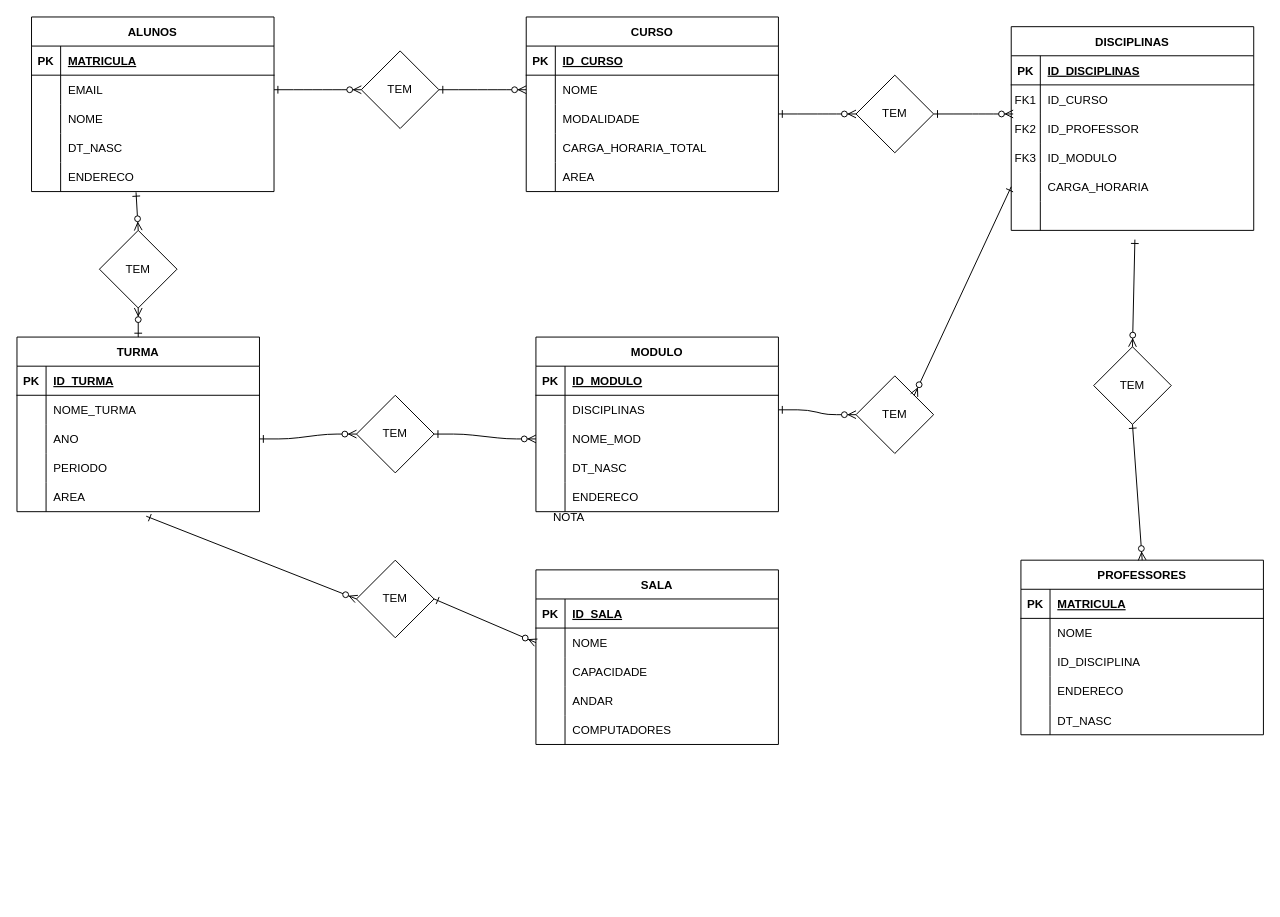
The draw.io diagram Diagrama sem nome.drawio in adrianopspadilha/BDR-W, before the edit. Source tidied: cells renumbered, new cells numbered last; positions are measured from the earlier drawing's top-left corner, leaving out a move shared by most shapes. Both pictures are drawn from the tidied source at 97%, with x=0, y=0 at pixel (16, 16).
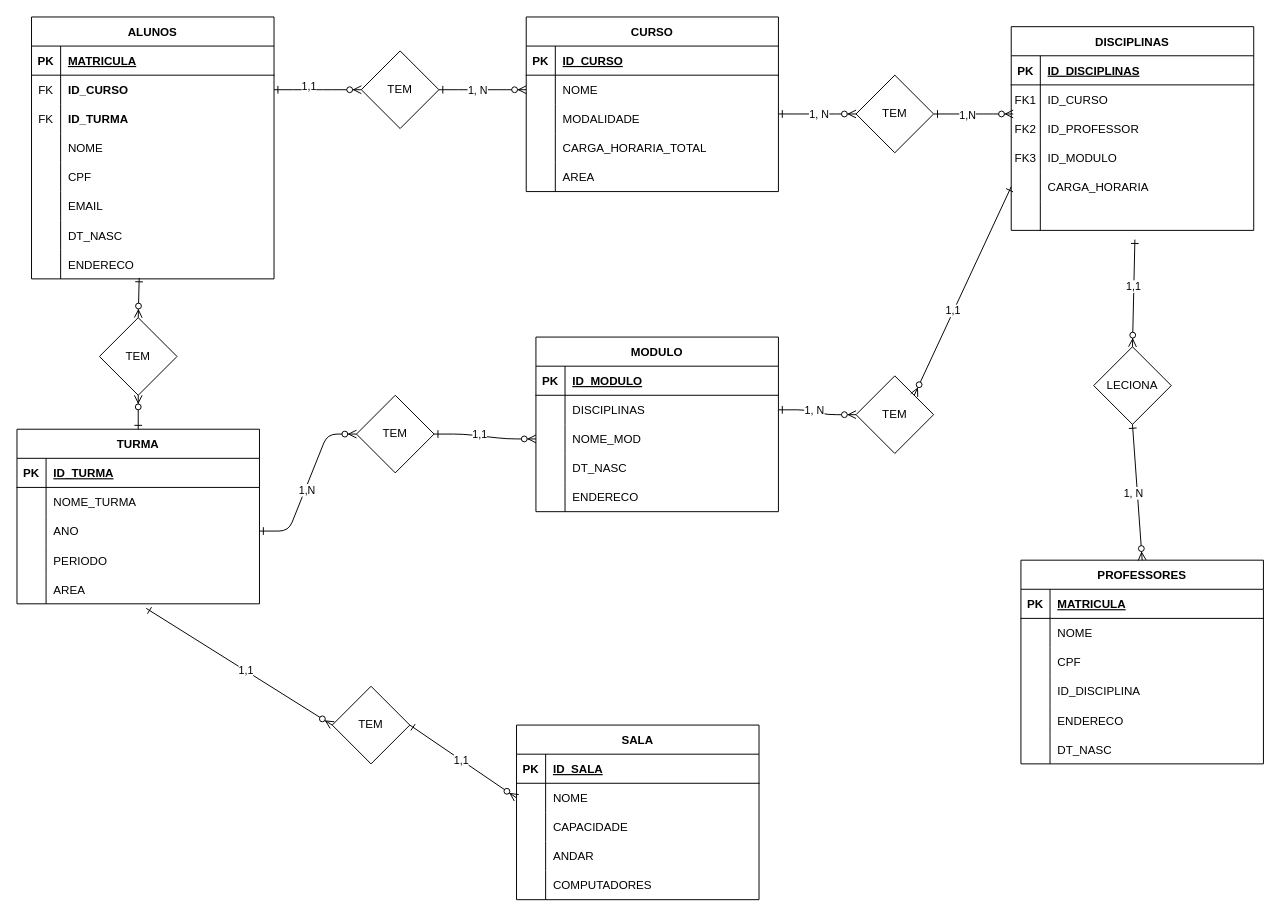
After the change.

The change refers to these unchanged cells:
```xml
<mxCell id="2" style="edgeStyle=entityRelationEdgeStyle;endArrow=ERzeroToMany;startArrow=ERone;endFill=1;startFill=0;exitX=1;exitY=0.5;exitDx=0;exitDy=0;entryX=0;entryY=0.5;entryDx=0;entryDy=0;" parent="1" edge="1" source="130" target="8">
  <mxGeometry relative="1" as="geometry">
    <Array as="points">
      <mxPoint x="375" y="80" />
    </Array>
  </mxGeometry>
</mxCell>
<mxCell id="3" style="edgeStyle=entityRelationEdgeStyle;endArrow=ERzeroToMany;startArrow=ERone;endFill=1;startFill=0;entryX=0;entryY=0.5;entryDx=0;entryDy=0;" parent="1" edge="1" source="123" target="62">
  <mxGeometry relative="1" as="geometry" />
</mxCell>
<mxCell id="43" style="shape=partialRectangle;fillColor=none;points=[[0,0.5],[1,0.5]];portConstraint=eastwest;top=0;left=0;right=0;bottom=0;" parent="39" vertex="1">
  <mxGeometry y="60" width="250" height="30" as="geometry" />
</mxCell>
<mxCell id="46" style="shape=partialRectangle;fillColor=none;top=0;left=0;right=0;bottom=0;" parent="39" vertex="1">
  <mxGeometry y="90" width="250" height="30" as="geometry" />
</mxCell>
<mxCell id="49" style="shape=partialRectangle;fillColor=none;top=0;left=0;right=0;bottom=0;" parent="39" vertex="1">
  <mxGeometry y="120" width="250" height="30" as="geometry" />
</mxCell>
<mxCell id="52" style="shape=partialRectangle;fillColor=none;points=[[0,0.5],[1,0.5]];portConstraint=eastwest;top=0;left=0;right=0;bottom=0;" parent="39" vertex="1">
  <mxGeometry y="150" width="250" height="30" as="geometry" />
</mxCell>
<mxCell id="88" style="edgeStyle=entityRelationEdgeStyle;endArrow=ERzeroToMany;startArrow=ERone;endFill=1;startFill=0;entryX=0.008;entryY=0;entryDx=0;entryDy=0;entryPerimeter=0;" parent="1" edge="1" source="121" target="27">
  <mxGeometry relative="1" as="geometry">
    <Array as="points">
      <mxPoint x="775" y="230" />
      <mxPoint x="935" y="140" />
      <mxPoint x="785" y="300" />
      <mxPoint x="825" y="350" />
      <mxPoint x="795" y="300" />
      <mxPoint x="875" y="140" />
      <mxPoint x="815" y="350" />
      <mxPoint x="755" y="410" />
    </Array>
  </mxGeometry>
</mxCell>
<mxCell id="112" style="shape=partialRectangle;fillColor=none;top=0;left=0;right=0;bottom=0;" parent="105" vertex="1">
  <mxGeometry y="90" width="250" height="30" as="geometry" />
</mxCell>
<mxCell id="115" style="shape=partialRectangle;fillColor=none;top=0;left=0;right=0;bottom=0;" parent="105" vertex="1">
  <mxGeometry y="120" width="250" height="30" as="geometry" />
</mxCell>
<mxCell id="118" style="shape=partialRectangle;fillColor=none;top=0;left=0;right=0;bottom=0;" parent="105" vertex="1">
  <mxGeometry y="150" width="250" height="30" as="geometry" />
</mxCell>
<mxCell id="122" style="edgeStyle=entityRelationEdgeStyle;endArrow=ERzeroToMany;startArrow=ERone;endFill=1;startFill=0;entryX=0;entryY=0.5;entryDx=0;entryDy=0;exitX=1;exitY=0.5;exitDx=0;exitDy=0;" parent="1" edge="1" source="79" target="123">
  <mxGeometry relative="1" as="geometry" />
</mxCell>
<mxCell id="124" style="edgeStyle=entityRelationEdgeStyle;endArrow=ERzeroToMany;startArrow=ERone;endFill=1;startFill=0;exitX=1;exitY=0.5;exitDx=0;exitDy=0;entryX=0;entryY=0.5;entryDx=0;entryDy=0;" parent="1" edge="1" source="59" target="125">
  <mxGeometry relative="1" as="geometry" />
</mxCell>
<mxCell id="126" style="endArrow=ERzeroToMany;startArrow=ERone;endFill=1;startFill=0;rounded=0;exitX=0.533;exitY=1.156;exitDx=0;exitDy=0;exitPerimeter=0;entryX=0;entryY=0.5;entryDx=0;entryDy=0;" parent="1" edge="1" source="85" target="127">
  <mxGeometry relative="1" as="geometry" />
</mxCell>
<mxCell id="129" style="edgeStyle=entityRelationEdgeStyle;endArrow=ERzeroToMany;startArrow=ERone;endFill=1;startFill=0;exitX=1;exitY=0.5;exitDx=0;exitDy=0;entryX=0;entryY=0.5;entryDx=0;entryDy=0;" parent="1" edge="1" source="43" target="130">
  <mxGeometry relative="1" as="geometry">
    <Array as="points">
      <mxPoint x="355" y="70" />
    </Array>
  </mxGeometry>
</mxCell>
<mxCell id="134" style="endArrow=ERzeroToMany;startArrow=ERone;endFill=1;startFill=0;rounded=0;entryX=0;entryY=0.5;entryDx=0;entryDy=0;exitX=1;exitY=0.5;exitDx=0;exitDy=0;" parent="1" edge="1" source="127" target="93">
  <mxGeometry relative="1" as="geometry" />
</mxCell>
<mxCell id="135" style="endArrow=ERzeroToMany;startArrow=ERone;endFill=1;startFill=0;rounded=0;exitX=0.51;exitY=1.317;exitDx=0;exitDy=0;exitPerimeter=0;entryX=0.5;entryY=0;entryDx=0;entryDy=0;" parent="1" edge="1" source="36" target="133">
  <mxGeometry relative="1" as="geometry" />
</mxCell>
<mxCell id="136" style="endArrow=ERzeroToMany;startArrow=ERone;endFill=1;startFill=0;rounded=0;exitX=0.5;exitY=1;exitDx=0;exitDy=0;entryX=0.5;entryY=0;entryDx=0;entryDy=0;" parent="1" edge="1" source="133" target="105">
  <mxGeometry relative="1" as="geometry" />
</mxCell>
<mxCell id="137" style="endArrow=ERzeroToMany;startArrow=ERone;endFill=1;startFill=0;rounded=0;entryX=1;entryY=0;entryDx=0;entryDy=0;exitX=0;exitY=0.5;exitDx=0;exitDy=0;" parent="1" edge="1" source="33" target="125">
  <mxGeometry relative="1" as="geometry" />
</mxCell>
<mxCell id="138" style="edgeStyle=entityRelationEdgeStyle;endArrow=ERzeroToMany;startArrow=ERone;endFill=1;startFill=0;entryX=0;entryY=0.5;entryDx=0;entryDy=0;" parent="1" edge="1" target="121">
  <mxGeometry relative="1" as="geometry">
    <mxPoint x="785" y="100" as="sourcePoint" />
    <Array as="points">
      <mxPoint x="765" y="275" />
      <mxPoint x="925" y="255" />
      <mxPoint x="925" y="185" />
      <mxPoint x="775" y="345" />
      <mxPoint x="815" y="395" />
      <mxPoint x="785" y="345" />
      <mxPoint x="865" y="185" />
      <mxPoint x="805" y="395" />
      <mxPoint x="745" y="455" />
    </Array>
  </mxGeometry>
</mxCell>
```

What changed in the source:
```diff
@@
+    <mxCell id="140" value="1, N" style="edgeLabel;html=1;align=center;verticalAlign=middle;" parent="2" vertex="1">
+      <mxGeometry x="-0.13" relative="1" as="geometry" />
+    </mxCell>
@@
+    <mxCell id="141" value="1,1" style="edgeLabel;html=1;align=center;verticalAlign=middle;" parent="3" vertex="1">
+      <mxGeometry x="-0.13" y="1" relative="1" as="geometry" />
+    </mxCell>
@@
     <mxCell id="39" value="ALUNOS" style="shape=table;startSize=30;childLayout=tableLayout;rowLines=0;fontStyle=1;align=center;" parent="1" vertex="1">
-      <mxGeometry x="15" width="250" height="180" as="geometry" />
+      <mxGeometry x="15" width="250" height="270" as="geometry" />
     </mxCell>
@@
-    <mxCell id="44" style="shape=partialRectangle;overflow=hidden;fillColor=none;top=0;left=0;bottom=0;right=0;" parent="43" vertex="1">
+    <mxCell id="44" value="FK" style="shape=partialRectangle;overflow=hidden;fillColor=none;top=0;left=0;bottom=0;right=0;" parent="43" vertex="1">
       <mxGeometry width="30" height="30" as="geometry" />
     </mxCell>
-    <mxCell id="45" value="EMAIL" style="shape=partialRectangle;overflow=hidden;fillColor=none;top=0;left=0;bottom=0;right=0;align=left;spacingLeft=6;" parent="43" vertex="1">
+    <mxCell id="45" value="ID_CURSO" style="shape=partialRectangle;overflow=hidden;fillColor=none;top=0;left=0;bottom=0;right=0;align=left;spacingLeft=6;fontStyle=1;" parent="43" vertex="1">
       <mxGeometry x="30" width="220" height="30" as="geometry" />
     </mxCell>
@@
-    <mxCell id="47" style="shape=partialRectangle;overflow=hidden;fillColor=none;top=0;left=0;bottom=0;right=0;" parent="46" vertex="1">
+    <mxCell id="47" value="FK" style="shape=partialRectangle;overflow=hidden;fillColor=none;top=0;left=0;bottom=0;right=0;" parent="46" vertex="1">
       <mxGeometry width="30" height="30" as="geometry" />
     </mxCell>
-    <mxCell id="48" value="NOME" style="shape=partialRectangle;overflow=hidden;fillColor=none;top=0;left=0;bottom=0;right=0;align=left;spacingLeft=6;" parent="46" vertex="1">
+    <mxCell id="48" value="ID_TURMA" style="shape=partialRectangle;overflow=hidden;fillColor=none;top=0;left=0;bottom=0;right=0;align=left;spacingLeft=6;fontStyle=1;" parent="46" vertex="1">
       <mxGeometry x="30" width="220" height="30" as="geometry" />
     </mxCell>
@@
-    <mxCell id="51" value="DT_NASC" style="shape=partialRectangle;overflow=hidden;fillColor=none;top=0;left=0;bottom=0;right=0;align=left;spacingLeft=6;" parent="49" vertex="1">
+    <mxCell id="51" value="NOME" style="shape=partialRectangle;overflow=hidden;fillColor=none;top=0;left=0;bottom=0;right=0;align=left;spacingLeft=6;" parent="49" vertex="1">
       <mxGeometry x="30" width="220" height="30" as="geometry" />
     </mxCell>
@@
-    <mxCell id="54" value="ENDERECO" style="shape=partialRectangle;overflow=hidden;fillColor=none;top=0;left=0;bottom=0;right=0;align=left;spacingLeft=6;" parent="52" vertex="1">
+    <mxCell id="54" value="CPF" style="shape=partialRectangle;overflow=hidden;fillColor=none;top=0;left=0;bottom=0;right=0;align=left;spacingLeft=6;" parent="52" vertex="1">
       <mxGeometry x="30" width="220" height="30" as="geometry" />
     </mxCell>
+    <mxCell id="142" style="shape=partialRectangle;fillColor=none;top=0;left=0;right=0;bottom=0;" parent="39" vertex="1">
+      <mxGeometry y="180" width="250" height="30" as="geometry" />
+    </mxCell>
+    <mxCell id="143" style="shape=partialRectangle;overflow=hidden;fillColor=none;top=0;left=0;bottom=0;right=0;" parent="142" vertex="1">
+      <mxGeometry width="30" height="30" as="geometry" />
+    </mxCell>
+    <mxCell id="144" value="EMAIL" style="shape=partialRectangle;overflow=hidden;fillColor=none;top=0;left=0;bottom=0;right=0;align=left;spacingLeft=6;" parent="142" vertex="1">
+      <mxGeometry x="30" width="220" height="30" as="geometry" />
+    </mxCell>
+    <mxCell id="145" style="shape=partialRectangle;fillColor=none;top=0;left=0;right=0;bottom=0;" parent="39" vertex="1">
+      <mxGeometry y="210" width="250" height="30" as="geometry" />
+    </mxCell>
+    <mxCell id="146" style="shape=partialRectangle;overflow=hidden;fillColor=none;top=0;left=0;bottom=0;right=0;" parent="145" vertex="1">
+      <mxGeometry width="30" height="30" as="geometry" />
+    </mxCell>
+    <mxCell id="147" value="DT_NASC" style="shape=partialRectangle;overflow=hidden;fillColor=none;top=0;left=0;bottom=0;right=0;align=left;spacingLeft=6;" parent="145" vertex="1">
+      <mxGeometry x="30" width="220" height="30" as="geometry" />
+    </mxCell>
+    <mxCell id="148" style="shape=partialRectangle;fillColor=none;points=[[0,0.5],[1,0.5]];portConstraint=eastwest;top=0;left=0;right=0;bottom=0;" parent="39" vertex="1">
+      <mxGeometry y="240" width="250" height="30" as="geometry" />
+    </mxCell>
+    <mxCell id="149" style="shape=partialRectangle;overflow=hidden;fillColor=none;top=0;left=0;bottom=0;right=0;" parent="148" vertex="1">
+      <mxGeometry width="30" height="30" as="geometry" />
+    </mxCell>
+    <mxCell id="150" value="ENDERECO" style="shape=partialRectangle;overflow=hidden;fillColor=none;top=0;left=0;bottom=0;right=0;align=left;spacingLeft=6;" parent="148" vertex="1">
+      <mxGeometry x="30" width="220" height="30" as="geometry" />
+    </mxCell>
@@
-    <mxCell id="71" value="NOTA" style="shape=partialRectangle;overflow=hidden;fillColor=none;top=0;left=0;bottom=0;right=0;align=left;spacingLeft=6;" parent="1" vertex="1">
-      <mxGeometry x="545" y="500" width="220" height="30" as="geometry" />
-    </mxCell>
     <mxCell id="72" value="TURMA" style="shape=table;startSize=30;childLayout=tableLayout;rowLines=0;fontStyle=1;align=center;" parent="1" vertex="1">
-      <mxGeometry y="330" width="250" height="180" as="geometry" />
+      <mxGeometry y="425" width="250" height="180" as="geometry" />
     </mxCell>
@@
+    <mxCell id="151" value="1,N" style="edgeLabel;html=1;align=center;verticalAlign=middle;" parent="88" vertex="1">
+      <mxGeometry x="-0.17" y="-1" relative="1" as="geometry" />
+    </mxCell>
     <mxCell id="89" value="SALA" style="shape=table;startSize=30;childLayout=tableLayout;rowLines=0;fontStyle=1;align=center;" parent="1" vertex="1">
-      <mxGeometry x="535" y="570" width="250" height="180" as="geometry" />
+      <mxGeometry x="515" y="730" width="250" height="180" as="geometry" />
     </mxCell>
@@
     <mxCell id="105" value="PROFESSORES" style="shape=table;startSize=30;childLayout=tableLayout;rowLines=0;fontStyle=1;align=center;" parent="1" vertex="1">
-      <mxGeometry x="1035" y="560" width="250" height="180" as="geometry" />
+      <mxGeometry x="1035" y="560" width="250" height="210" as="geometry" />
     </mxCell>
@@
-    <mxCell id="114" value="ID_DISCIPLINA" style="shape=partialRectangle;overflow=hidden;fillColor=none;top=0;left=0;bottom=0;right=0;align=left;spacingLeft=6;" parent="112" vertex="1">
+    <mxCell id="114" style="shape=partialRectangle;overflow=hidden;fillColor=none;top=0;left=0;bottom=0;right=0;align=left;spacingLeft=6;" parent="112" vertex="1">
       <mxGeometry x="30" width="220" height="30" as="geometry" />
     </mxCell>
@@
-    <mxCell id="117" value="ENDERECO" style="shape=partialRectangle;overflow=hidden;fillColor=none;top=0;left=0;bottom=0;right=0;align=left;spacingLeft=6;" parent="115" vertex="1">
+    <mxCell id="117" value="ID_DISCIPLINA" style="shape=partialRectangle;overflow=hidden;fillColor=none;top=0;left=0;bottom=0;right=0;align=left;spacingLeft=6;" parent="115" vertex="1">
       <mxGeometry x="30" width="220" height="30" as="geometry" />
     </mxCell>
@@
-    <mxCell id="120" value="DT_NASC" style="shape=partialRectangle;overflow=hidden;fillColor=none;top=0;left=0;bottom=0;right=0;align=left;spacingLeft=6;" parent="118" vertex="1">
+    <mxCell id="120" value="ENDERECO" style="shape=partialRectangle;overflow=hidden;fillColor=none;top=0;left=0;bottom=0;right=0;align=left;spacingLeft=6;" parent="118" vertex="1">
       <mxGeometry x="30" width="220" height="30" as="geometry" />
     </mxCell>
+    <mxCell id="152" style="shape=partialRectangle;fillColor=none;top=0;left=0;right=0;bottom=0;" parent="105" vertex="1">
+      <mxGeometry y="180" width="250" height="30" as="geometry" />
+    </mxCell>
+    <mxCell id="153" style="shape=partialRectangle;overflow=hidden;fillColor=none;top=0;left=0;bottom=0;right=0;" parent="152" vertex="1">
+      <mxGeometry width="30" height="30" as="geometry" />
+    </mxCell>
+    <mxCell id="154" value="DT_NASC" style="shape=partialRectangle;overflow=hidden;fillColor=none;top=0;left=0;bottom=0;right=0;align=left;spacingLeft=6;" parent="152" vertex="1">
+      <mxGeometry x="30" width="220" height="30" as="geometry" />
+    </mxCell>
@@
+    <mxCell id="155" value="1,N" style="edgeLabel;html=1;align=center;verticalAlign=middle;" parent="122" vertex="1">
+      <mxGeometry x="-0.09" y="-1" relative="1" as="geometry" />
+    </mxCell>
@@
+    <mxCell id="156" value="1, N" style="edgeLabel;html=1;align=center;verticalAlign=middle;" parent="124" vertex="1">
+      <mxGeometry x="-0.11" y="1" relative="1" as="geometry" />
+    </mxCell>
@@
+    <mxCell id="157" value="1,1" style="edgeLabel;html=1;align=center;verticalAlign=middle;" parent="126" vertex="1">
+      <mxGeometry x="0.07" relative="1" as="geometry" />
+    </mxCell>
     <mxCell id="127" value="TEM" style="rhombus;whiteSpace=wrap;html=1;" parent="1" vertex="1">
-      <mxGeometry x="350" y="560" width="80" height="80" as="geometry" />
+      <mxGeometry x="325" y="690" width="80" height="80" as="geometry" />
     </mxCell>
     <mxCell id="128" value="TEM" style="rhombus;whiteSpace=wrap;html=1;" parent="1" vertex="1">
-      <mxGeometry x="85" y="220" width="80" height="80" as="geometry" />
+      <mxGeometry x="85" y="310" width="80" height="80" as="geometry" />
     </mxCell>
@@
+    <mxCell id="158" value="1,1" style="edgeLabel;html=1;align=center;verticalAlign=middle;" parent="129" vertex="1">
+      <mxGeometry x="-0.22" y="4" relative="1" as="geometry" />
+    </mxCell>
@@
-    <mxCell id="131" style="endArrow=ERzeroToMany;startArrow=ERone;endFill=1;startFill=0;exitX=0.431;exitY=1.025;exitDx=0;exitDy=0;exitPerimeter=0;entryX=0.5;entryY=0;entryDx=0;entryDy=0;" parent="1" edge="1" source="52" target="128">
+    <mxCell id="131" style="endArrow=ERzeroToMany;startArrow=ERone;endFill=1;startFill=0;entryX=0.5;entryY=0;entryDx=0;entryDy=0;exitX=0.444;exitY=0.967;exitDx=0;exitDy=0;exitPerimeter=0;" parent="1" edge="1" source="148" target="128">
       <mxGeometry relative="1" as="geometry" />
     </mxCell>
@@
-    <mxCell id="133" value="TEM" style="rhombus;whiteSpace=wrap;html=1;" parent="1" vertex="1">
+    <mxCell id="133" value="LECIONA" style="rhombus;whiteSpace=wrap;html=1;" parent="1" vertex="1">
       <mxGeometry x="1110" y="340" width="80" height="80" as="geometry" />
     </mxCell>
@@
+    <mxCell id="159" value="1,1" style="edgeLabel;html=1;align=center;verticalAlign=middle;" parent="134" vertex="1">
+      <mxGeometry x="-0.04" y="-1" relative="1" as="geometry" />
+    </mxCell>
@@
+    <mxCell id="160" value="1,1" style="edgeLabel;html=1;align=center;verticalAlign=middle;" parent="135" vertex="1">
+      <mxGeometry x="-0.14" y="-1" relative="1" as="geometry" />
+    </mxCell>
@@
+    <mxCell id="161" value="1, N" style="edgeLabel;html=1;align=center;verticalAlign=middle;" parent="136" vertex="1">
+      <mxGeometry y="-4" relative="1" as="geometry" />
+    </mxCell>
@@
+    <mxCell id="162" value="1,1" style="edgeLabel;html=1;align=center;verticalAlign=middle;" parent="137" vertex="1">
+      <mxGeometry x="0.19" relative="1" as="geometry">
+        <mxPoint x="-1" as="offset" />
+      </mxGeometry>
+    </mxCell>
@@
+    <mxCell id="163" value="1, N" style="edgeLabel;html=1;align=center;verticalAlign=middle;" parent="138" vertex="1">
+      <mxGeometry x="0.03" relative="1" as="geometry" />
+    </mxCell>
@@
+    <mxCell id="164" value="CPF" style="shape=partialRectangle;overflow=hidden;fillColor=none;top=0;left=0;bottom=0;right=0;align=left;spacingLeft=6;" parent="1" vertex="1">
+      <mxGeometry x="1065" y="650" width="220" height="30" as="geometry" />
+    </mxCell>
```
